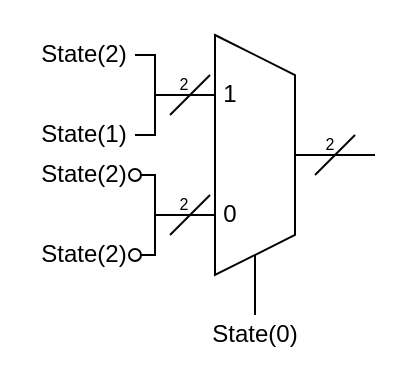
This is controlLogic.drawio from FranciscoPRosa/NEEC_test, a draw.io file, before an edit. Source tidied: cells renumbered, new cells numbered last; positions are measured from the earlier drawing's top-left corner, leaving out a move shared by most shapes. Both pictures are drawn from the tidied source at 200%, with x=0, y=0 at pixel (34, 34).
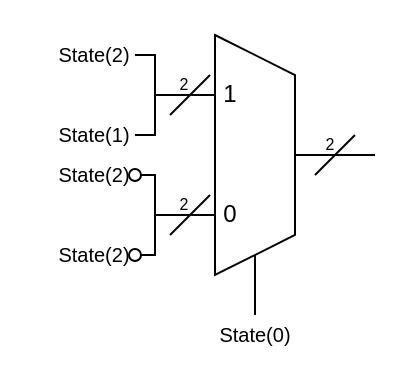
After the change.

Change to the diagram source:
```diff
@@
-    <mxCell id="5" value="State(2)" style="text;html=1;align=center;verticalAlign=middle;whiteSpace=wrap;rounded=0;" parent="1" vertex="1">
-      <mxGeometry width="50" height="20" as="geometry" />
+    <mxCell id="5" value="State(2)" style="text;html=1;align=center;verticalAlign=middle;whiteSpace=wrap;rounded=0;fontSize=10;" parent="1" vertex="1">
+      <mxGeometry x="10" width="40" height="20" as="geometry" />
     </mxCell>
@@
-    <mxCell id="7" value="State(1)" style="text;html=1;align=center;verticalAlign=middle;whiteSpace=wrap;rounded=0;" parent="1" vertex="1">
-      <mxGeometry y="40" width="50" height="20" as="geometry" />
+    <mxCell id="7" value="State(1)" style="text;html=1;align=center;verticalAlign=middle;whiteSpace=wrap;rounded=0;fontSize=10;" parent="1" vertex="1">
+      <mxGeometry x="10" y="40" width="40" height="20" as="geometry" />
     </mxCell>
-    <mxCell id="8" value="State(2)" style="text;html=1;align=center;verticalAlign=middle;whiteSpace=wrap;rounded=0;" parent="1" vertex="1">
-      <mxGeometry y="100" width="50" height="20" as="geometry" />
+    <mxCell id="8" value="State(2)" style="text;html=1;align=center;verticalAlign=middle;whiteSpace=wrap;rounded=0;fontSize=10;" parent="1" vertex="1">
+      <mxGeometry x="10" y="100" width="40" height="20" as="geometry" />
     </mxCell>
@@
-    <mxCell id="10" value="State(0)" style="text;html=1;align=center;verticalAlign=middle;whiteSpace=wrap;rounded=0;" parent="1" vertex="1">
+    <mxCell id="10" value="State(0)" style="text;html=1;align=center;verticalAlign=middle;whiteSpace=wrap;rounded=0;fontSize=10;" parent="1" vertex="1">
       <mxGeometry x="87.5" y="140" width="45" height="20" as="geometry" />
     </mxCell>
@@
-    <mxCell id="14" value="State(2)" style="text;html=1;align=center;verticalAlign=middle;whiteSpace=wrap;rounded=0;" parent="1" vertex="1">
-      <mxGeometry y="60" width="50" height="20" as="geometry" />
+    <mxCell id="14" value="State(2)" style="text;html=1;align=center;verticalAlign=middle;whiteSpace=wrap;rounded=0;fontSize=10;" parent="1" vertex="1">
+      <mxGeometry x="10" y="60" width="40" height="20" as="geometry" />
     </mxCell>
```
